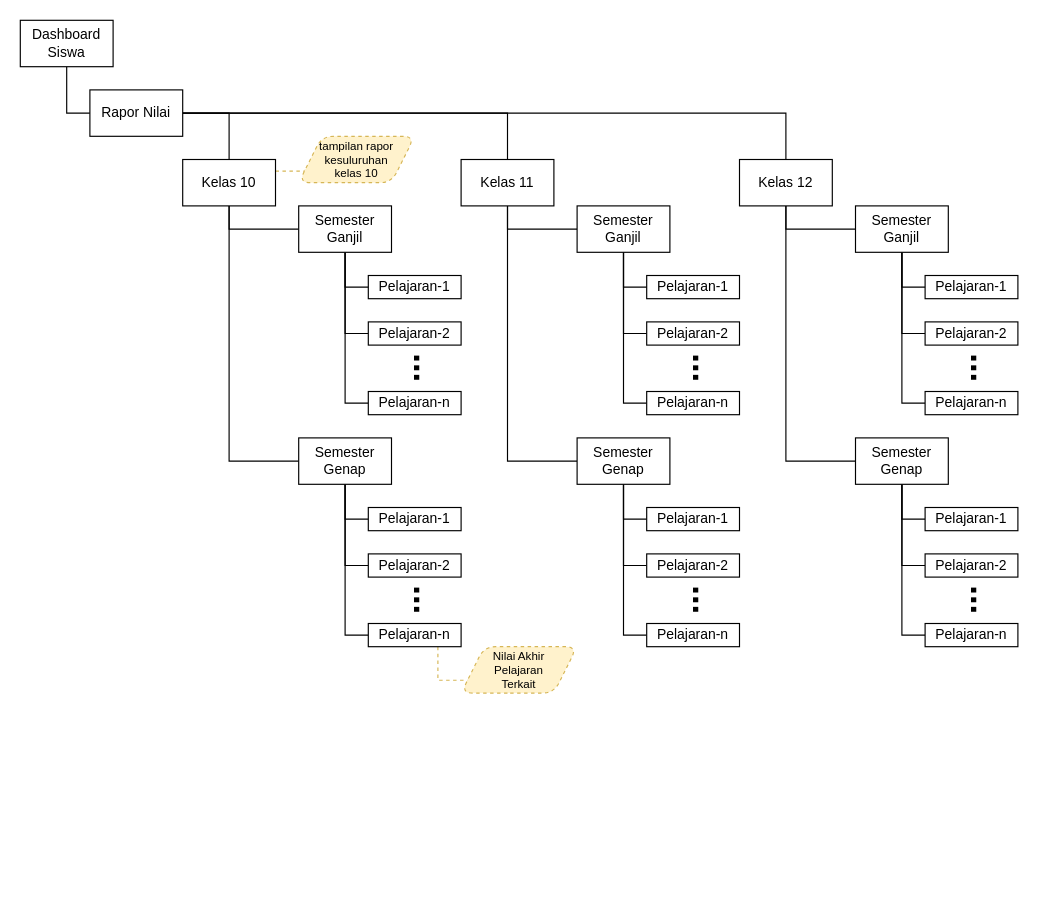
The draw.io diagram page "DashboardSiswa" (2 of 5) of docs/HirarkiTampilan.drawio in wowotek/PBP-Dosen-TR, before the edit. Source tidied: cells renumbered, new cells numbered last; positions are measured from the earlier drawing's top-left corner, leaving out a move shared by most shapes. Both pictures are drawn from the tidied source at 116%, with x=0, y=0 at pixel (20, 20).
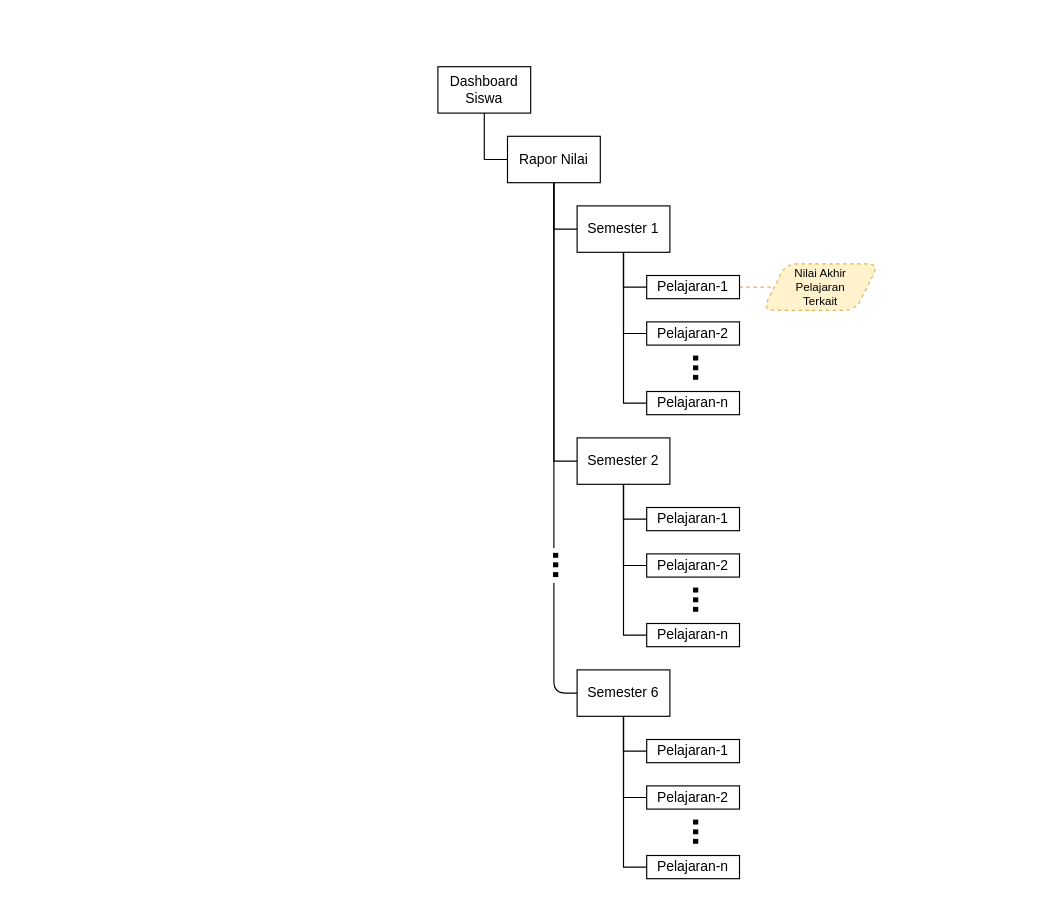
Above is the later version.

Unchanged cells that the change refers to:
```xml
<mxCell id="29" value="Pelajaran-1" style="rounded=0;whiteSpace=wrap;html=1;" parent="1" vertex="1">
  <mxGeometry x="540" y="220" width="80" height="20" as="geometry" />
</mxCell>
```

What changed in the source:
```diff
@@
     <mxCell id="3" value="Dashboard&lt;br&gt;Siswa" style="rounded=0;whiteSpace=wrap;html=1;" parent="1" vertex="1">
-      <mxGeometry width="80" height="40" as="geometry" />
+      <mxGeometry x="360" y="40" width="80" height="40" as="geometry" />
     </mxCell>
-    <mxCell id="4" style="edgeStyle=orthogonalEdgeStyle;rounded=0;jettySize=auto;html=1;exitX=1;exitY=0.5;exitDx=0;exitDy=0;entryX=0.5;entryY=0;entryDx=0;entryDy=0;endArrow=none;endFill=0;strokeWidth=1;fontSize=30;" parent="1" edge="1" source="7" target="12">
-      <mxGeometry relative="1" as="geometry" />
-    </mxCell>
-    <mxCell id="5" style="edgeStyle=orthogonalEdgeStyle;rounded=0;jettySize=auto;html=1;exitX=1;exitY=0.5;exitDx=0;exitDy=0;entryX=0.5;entryY=0;entryDx=0;entryDy=0;endArrow=none;endFill=0;strokeWidth=1;fontSize=30;" parent="1" edge="1" source="7" target="32">
-      <mxGeometry relative="1" as="geometry" />
-    </mxCell>
-    <mxCell id="6" style="edgeStyle=orthogonalEdgeStyle;rounded=0;jettySize=auto;html=1;exitX=1;exitY=0.5;exitDx=0;exitDy=0;entryX=0.5;entryY=0;entryDx=0;entryDy=0;endArrow=none;endFill=0;strokeWidth=1;fontSize=30;" parent="1" edge="1" source="7" target="51">
-      <mxGeometry relative="1" as="geometry" />
-    </mxCell>
+    <mxCell id="69" style="edgeStyle=orthogonalEdgeStyle;rounded=0;jettySize=auto;html=1;exitX=0.5;exitY=1;exitDx=0;exitDy=0;entryX=0;entryY=0.5;entryDx=0;entryDy=0;endArrow=none;endFill=0;" parent="1" edge="1" source="7" target="36">
+      <mxGeometry relative="1" as="geometry" />
+    </mxCell>
+    <mxCell id="70" style="edgeStyle=orthogonalEdgeStyle;rounded=0;jettySize=auto;html=1;exitX=0.5;exitY=1;exitDx=0;exitDy=0;entryX=0;entryY=0.5;entryDx=0;entryDy=0;endArrow=none;endFill=0;" parent="1" edge="1" source="7" target="43">
+      <mxGeometry relative="1" as="geometry" />
+    </mxCell>
+    <mxCell id="71" style="edgeStyle=orthogonalEdgeStyle;rounded=0;jettySize=auto;html=1;exitX=0.5;exitY=1;exitDx=0;exitDy=0;endArrow=none;endFill=0;" parent="1" edge="1" source="7">
+      <mxGeometry relative="1" as="geometry">
+        <mxPoint x="460" y="455" as="targetPoint" />
+      </mxGeometry>
+    </mxCell>
     <mxCell id="7" value="Rapor Nilai" style="rounded=0;whiteSpace=wrap;html=1;" parent="1" vertex="1">
-      <mxGeometry x="60" y="60" width="80" height="40" as="geometry" />
+      <mxGeometry x="420" y="100" width="80" height="40" as="geometry" />
     </mxCell>
-    <mxCell id="8" value="Pelajaran-1" style="rounded=0;whiteSpace=wrap;html=1;" parent="1" vertex="1">
-      <mxGeometry x="300" y="220" width="80" height="20" as="geometry" />
-    </mxCell>
-    <mxCell id="9" style="edgeStyle=orthogonalEdgeStyle;rounded=0;jettySize=auto;html=1;exitX=0.5;exitY=1;exitDx=0;exitDy=0;entryX=0;entryY=0.5;entryDx=0;entryDy=0;endArrow=none;endFill=0;strokeWidth=1;fontSize=18;" parent="1" edge="1" source="12" target="16">
-      <mxGeometry relative="1" as="geometry" />
-    </mxCell>
-    <mxCell id="10" style="edgeStyle=orthogonalEdgeStyle;rounded=0;jettySize=auto;html=1;exitX=0.5;exitY=1;exitDx=0;exitDy=0;entryX=0;entryY=0.5;entryDx=0;entryDy=0;endArrow=none;endFill=0;strokeWidth=1;fontSize=30;" parent="1" edge="1" source="12" target="23">
-      <mxGeometry relative="1" as="geometry" />
-    </mxCell>
-    <mxCell id="11" style="edgeStyle=orthogonalEdgeStyle;rounded=0;jettySize=auto;html=1;exitX=1;exitY=0.25;exitDx=0;exitDy=0;entryX=0;entryY=0.75;entryDx=0;entryDy=0;endArrow=none;endFill=0;strokeWidth=1;fontSize=10;dashed=1;fillColor=#fff2cc;strokeColor=#d6b656;" parent="1" edge="1" source="12" target="67">
-      <mxGeometry relative="1" as="geometry" />
-    </mxCell>
-    <mxCell id="12" value="Kelas 10" style="rounded=0;whiteSpace=wrap;html=1;" parent="1" vertex="1">
-      <mxGeometry x="140" y="120" width="80" height="40" as="geometry" />
-    </mxCell>
-    <mxCell id="13" style="edgeStyle=orthogonalEdgeStyle;rounded=0;jettySize=auto;html=1;exitX=0.5;exitY=1;exitDx=0;exitDy=0;entryX=0;entryY=0.5;entryDx=0;entryDy=0;endArrow=none;endFill=0;strokeWidth=1;fontSize=30;" parent="1" edge="1" source="16" target="8">
-      <mxGeometry relative="1" as="geometry">
-        <Array as="points">
-          <mxPoint x="280" y="230" />
-        </Array>
-      </mxGeometry>
-    </mxCell>
-    <mxCell id="14" style="edgeStyle=orthogonalEdgeStyle;rounded=0;jettySize=auto;html=1;exitX=0.5;exitY=1;exitDx=0;exitDy=0;entryX=0;entryY=0.5;entryDx=0;entryDy=0;endArrow=none;endFill=0;strokeWidth=1;fontSize=30;" parent="1" edge="1" source="16" target="18">
-      <mxGeometry relative="1" as="geometry" />
-    </mxCell>
-    <mxCell id="15" style="edgeStyle=orthogonalEdgeStyle;rounded=0;jettySize=auto;html=1;exitX=0.5;exitY=1;exitDx=0;exitDy=0;entryX=0;entryY=0.5;entryDx=0;entryDy=0;endArrow=none;endFill=0;strokeWidth=1;fontSize=30;" parent="1" edge="1" source="16" target="19">
-      <mxGeometry relative="1" as="geometry" />
-    </mxCell>
-    <mxCell id="16" value="Semester Ganjil" style="rounded=0;whiteSpace=wrap;html=1;" parent="1" vertex="1">
-      <mxGeometry x="240" y="160" width="80" height="40" as="geometry" />
-    </mxCell>
-    <mxCell id="17" value="..." style="text;html=1;strokeColor=none;fillColor=none;align=center;verticalAlign=bottom;whiteSpace=wrap;rounded=0;fontSize=30;horizontal=1;fontStyle=1;rotation=90;" parent="1" vertex="1">
-      <mxGeometry x="330" y="290" width="20" height="20" as="geometry" />
-    </mxCell>
-    <mxCell id="18" value="Pelajaran-2" style="rounded=0;whiteSpace=wrap;html=1;" parent="1" vertex="1">
-      <mxGeometry x="300" y="260" width="80" height="20" as="geometry" />
-    </mxCell>
-    <mxCell id="19" value="Pelajaran-n" style="rounded=0;whiteSpace=wrap;html=1;" parent="1" vertex="1">
-      <mxGeometry x="300" y="320" width="80" height="20" as="geometry" />
-    </mxCell>
-    <mxCell id="20" style="edgeStyle=orthogonalEdgeStyle;rounded=0;jettySize=auto;html=1;exitX=0.5;exitY=1;exitDx=0;exitDy=0;entryX=0;entryY=0.5;entryDx=0;entryDy=0;endArrow=none;endFill=0;strokeWidth=1;fontSize=30;" parent="1" edge="1" source="23" target="24">
-      <mxGeometry relative="1" as="geometry">
-        <Array as="points">
-          <mxPoint x="280" y="430" />
-        </Array>
-      </mxGeometry>
-    </mxCell>
-    <mxCell id="21" style="edgeStyle=orthogonalEdgeStyle;rounded=0;jettySize=auto;html=1;exitX=0.5;exitY=1;exitDx=0;exitDy=0;entryX=0;entryY=0.5;entryDx=0;entryDy=0;endArrow=none;endFill=0;strokeWidth=1;fontSize=30;" parent="1" edge="1" source="23" target="26">
-      <mxGeometry relative="1" as="geometry" />
-    </mxCell>
-    <mxCell id="22" style="edgeStyle=orthogonalEdgeStyle;rounded=0;jettySize=auto;html=1;exitX=0.5;exitY=1;exitDx=0;exitDy=0;entryX=0;entryY=0.5;entryDx=0;entryDy=0;endArrow=none;endFill=0;strokeWidth=1;fontSize=30;" parent="1" edge="1" source="23" target="28">
-      <mxGeometry relative="1" as="geometry" />
-    </mxCell>
-    <mxCell id="23" value="Semester Genap" style="rounded=0;whiteSpace=wrap;html=1;" parent="1" vertex="1">
-      <mxGeometry x="240" y="360" width="80" height="40" as="geometry" />
-    </mxCell>
-    <mxCell id="24" value="Pelajaran-1" style="rounded=0;whiteSpace=wrap;html=1;" parent="1" vertex="1">
-      <mxGeometry x="300" y="420" width="80" height="20" as="geometry" />
-    </mxCell>
-    <mxCell id="25" value="..." style="text;html=1;strokeColor=none;fillColor=none;align=center;verticalAlign=bottom;whiteSpace=wrap;rounded=0;fontSize=30;horizontal=1;fontStyle=1;rotation=90;" parent="1" vertex="1">
-      <mxGeometry x="330" y="490" width="20" height="20" as="geometry" />
-    </mxCell>
-    <mxCell id="26" value="Pelajaran-2" style="rounded=0;whiteSpace=wrap;html=1;" parent="1" vertex="1">
-      <mxGeometry x="300" y="460" width="80" height="20" as="geometry" />
-    </mxCell>
-    <mxCell id="27" style="edgeStyle=orthogonalEdgeStyle;rounded=0;jettySize=auto;html=1;exitX=0.75;exitY=1;exitDx=0;exitDy=0;entryX=0;entryY=0.75;entryDx=0;entryDy=0;dashed=1;endArrow=none;endFill=0;strokeWidth=1;fontSize=10;fillColor=#fff2cc;strokeColor=#d6b656;" parent="1" edge="1" source="28" target="68">
-      <mxGeometry relative="1" as="geometry">
-        <Array as="points">
-          <mxPoint x="360" y="569" />
-        </Array>
-      </mxGeometry>
-    </mxCell>
-    <mxCell id="28" value="Pelajaran-n" style="rounded=0;whiteSpace=wrap;html=1;" parent="1" vertex="1">
-      <mxGeometry x="300" y="520" width="80" height="20" as="geometry" />
-    </mxCell>
+    <mxCell id="72" style="edgeStyle=orthogonalEdgeStyle;rounded=0;jettySize=auto;html=1;exitX=1;exitY=0.5;exitDx=0;exitDy=0;entryX=0;entryY=0.5;entryDx=0;entryDy=0;endArrow=none;endFill=0;fillColor=#fff2cc;strokeColor=#d6b656;dashed=1;" parent="1" edge="1" source="29" target="68">
+      <mxGeometry relative="1" as="geometry" />
+    </mxCell>
@@
-    <mxCell id="30" style="edgeStyle=orthogonalEdgeStyle;rounded=0;jettySize=auto;html=1;exitX=0.5;exitY=1;exitDx=0;exitDy=0;entryX=0;entryY=0.5;entryDx=0;entryDy=0;endArrow=none;endFill=0;strokeWidth=1;fontSize=18;" parent="1" edge="1" source="32" target="36">
-      <mxGeometry relative="1" as="geometry" />
-    </mxCell>
-    <mxCell id="31" style="edgeStyle=orthogonalEdgeStyle;rounded=0;jettySize=auto;html=1;exitX=0.5;exitY=1;exitDx=0;exitDy=0;entryX=0;entryY=0.5;entryDx=0;entryDy=0;endArrow=none;endFill=0;strokeWidth=1;fontSize=30;" parent="1" edge="1" source="32" target="43">
-      <mxGeometry relative="1" as="geometry" />
-    </mxCell>
-    <mxCell id="32" value="Kelas 11" style="rounded=0;whiteSpace=wrap;html=1;" parent="1" vertex="1">
-      <mxGeometry x="380" y="120" width="80" height="40" as="geometry" />
-    </mxCell>
@@
-    <mxCell id="36" value="Semester Ganjil" style="rounded=0;whiteSpace=wrap;html=1;" parent="1" vertex="1">
+    <mxCell id="36" value="Semester 1" style="rounded=0;whiteSpace=wrap;html=1;" parent="1" vertex="1">
       <mxGeometry x="480" y="160" width="80" height="40" as="geometry" />
     </mxCell>
@@
-    <mxCell id="43" value="Semester Genap" style="rounded=0;whiteSpace=wrap;html=1;" parent="1" vertex="1">
+    <mxCell id="43" value="Semester 2" style="rounded=0;whiteSpace=wrap;html=1;" parent="1" vertex="1">
       <mxGeometry x="480" y="360" width="80" height="40" as="geometry" />
     </mxCell>
@@
     <mxCell id="48" value="Pelajaran-1" style="rounded=0;whiteSpace=wrap;html=1;" parent="1" vertex="1">
-      <mxGeometry x="780" y="220" width="80" height="20" as="geometry" />
+      <mxGeometry x="540" y="620" width="80" height="20" as="geometry" />
     </mxCell>
-    <mxCell id="49" style="edgeStyle=orthogonalEdgeStyle;rounded=0;jettySize=auto;html=1;exitX=0.5;exitY=1;exitDx=0;exitDy=0;entryX=0;entryY=0.5;entryDx=0;entryDy=0;endArrow=none;endFill=0;strokeWidth=1;fontSize=18;" parent="1" edge="1" source="51" target="55">
-      <mxGeometry relative="1" as="geometry" />
-    </mxCell>
-    <mxCell id="50" style="edgeStyle=orthogonalEdgeStyle;rounded=0;jettySize=auto;html=1;exitX=0.5;exitY=1;exitDx=0;exitDy=0;entryX=0;entryY=0.5;entryDx=0;entryDy=0;endArrow=none;endFill=0;strokeWidth=1;fontSize=30;" parent="1" edge="1" source="51" target="62">
-      <mxGeometry relative="1" as="geometry" />
-    </mxCell>
-    <mxCell id="51" value="Kelas 12" style="rounded=0;whiteSpace=wrap;html=1;" parent="1" vertex="1">
-      <mxGeometry x="620" y="120" width="80" height="40" as="geometry" />
-    </mxCell>
     <mxCell id="52" style="edgeStyle=orthogonalEdgeStyle;rounded=0;jettySize=auto;html=1;exitX=0.5;exitY=1;exitDx=0;exitDy=0;entryX=0;entryY=0.5;entryDx=0;entryDy=0;endArrow=none;endFill=0;strokeWidth=1;fontSize=30;" parent="1" edge="1" source="55" target="48">
       <mxGeometry relative="1" as="geometry">
         <Array as="points">
-          <mxPoint x="760" y="230" />
+          <mxPoint x="520" y="630" />
         </Array>
       </mxGeometry>
     </mxCell>
@@
-    <mxCell id="55" value="Semester Ganjil" style="rounded=0;whiteSpace=wrap;html=1;" parent="1" vertex="1">
-      <mxGeometry x="720" y="160" width="80" height="40" as="geometry" />
+    <mxCell id="55" value="Semester 6" style="rounded=0;whiteSpace=wrap;html=1;" parent="1" vertex="1">
+      <mxGeometry x="480" y="560" width="80" height="40" as="geometry" />
     </mxCell>
     <mxCell id="56" value="..." style="text;html=1;strokeColor=none;fillColor=none;align=center;verticalAlign=bottom;whiteSpace=wrap;rounded=0;fontSize=30;horizontal=1;fontStyle=1;rotation=90;" parent="1" vertex="1">
-      <mxGeometry x="810" y="290" width="20" height="20" as="geometry" />
+      <mxGeometry x="570" y="690" width="20" height="20" as="geometry" />
     </mxCell>
     <mxCell id="57" value="Pelajaran-2" style="rounded=0;whiteSpace=wrap;html=1;" parent="1" vertex="1">
-      <mxGeometry x="780" y="260" width="80" height="20" as="geometry" />
+      <mxGeometry x="540" y="660" width="80" height="20" as="geometry" />
     </mxCell>
     <mxCell id="58" value="Pelajaran-n" style="rounded=0;whiteSpace=wrap;html=1;" parent="1" vertex="1">
-      <mxGeometry x="780" y="320" width="80" height="20" as="geometry" />
+      <mxGeometry x="540" y="720" width="80" height="20" as="geometry" />
     </mxCell>
-    <mxCell id="59" style="edgeStyle=orthogonalEdgeStyle;rounded=0;jettySize=auto;html=1;exitX=0.5;exitY=1;exitDx=0;exitDy=0;entryX=0;entryY=0.5;entryDx=0;entryDy=0;endArrow=none;endFill=0;strokeWidth=1;fontSize=30;" parent="1" edge="1" source="62" target="63">
-      <mxGeometry relative="1" as="geometry">
-        <Array as="points">
-          <mxPoint x="760" y="430" />
-        </Array>
-      </mxGeometry>
-    </mxCell>
-    <mxCell id="60" style="edgeStyle=orthogonalEdgeStyle;rounded=0;jettySize=auto;html=1;exitX=0.5;exitY=1;exitDx=0;exitDy=0;entryX=0;entryY=0.5;entryDx=0;entryDy=0;endArrow=none;endFill=0;strokeWidth=1;fontSize=30;" parent="1" edge="1" source="62" target="65">
-      <mxGeometry relative="1" as="geometry" />
-    </mxCell>
-    <mxCell id="61" style="edgeStyle=orthogonalEdgeStyle;rounded=0;jettySize=auto;html=1;exitX=0.5;exitY=1;exitDx=0;exitDy=0;entryX=0;entryY=0.5;entryDx=0;entryDy=0;endArrow=none;endFill=0;strokeWidth=1;fontSize=30;" parent="1" edge="1" source="62" target="66">
-      <mxGeometry relative="1" as="geometry" />
-    </mxCell>
-    <mxCell id="62" value="Semester Genap" style="rounded=0;whiteSpace=wrap;html=1;" parent="1" vertex="1">
-      <mxGeometry x="720" y="360" width="80" height="40" as="geometry" />
-    </mxCell>
-    <mxCell id="63" value="Pelajaran-1" style="rounded=0;whiteSpace=wrap;html=1;" parent="1" vertex="1">
-      <mxGeometry x="780" y="420" width="80" height="20" as="geometry" />
-    </mxCell>
-    <mxCell id="64" value="..." style="text;html=1;strokeColor=none;fillColor=none;align=center;verticalAlign=bottom;whiteSpace=wrap;rounded=0;fontSize=30;horizontal=1;fontStyle=1;rotation=90;" parent="1" vertex="1">
-      <mxGeometry x="810" y="490" width="20" height="20" as="geometry" />
-    </mxCell>
-    <mxCell id="65" value="Pelajaran-2" style="rounded=0;whiteSpace=wrap;html=1;" parent="1" vertex="1">
-      <mxGeometry x="780" y="460" width="80" height="20" as="geometry" />
-    </mxCell>
-    <mxCell id="66" value="Pelajaran-n" style="rounded=0;whiteSpace=wrap;html=1;" parent="1" vertex="1">
-      <mxGeometry x="780" y="520" width="80" height="20" as="geometry" />
-    </mxCell>
-    <mxCell id="67" value="tampilan rapor kesuluruhan&lt;br&gt;kelas 10" style="shape=parallelogram;perimeter=parallelogramPerimeter;whiteSpace=wrap;html=1;rounded=1;strokeWidth=1;fillColor=#fff2cc;fontSize=10;align=center;verticalAlign=middle;strokeColor=#d6b656;dashed=1;" parent="1" vertex="1">
-      <mxGeometry x="240" y="100" width="100" height="40" as="geometry" />
-    </mxCell>
     <mxCell id="68" value="Nilai Akhir&lt;br&gt;Pelajaran&lt;br&gt;Terkait" style="shape=parallelogram;perimeter=parallelogramPerimeter;whiteSpace=wrap;html=1;rounded=1;strokeWidth=1;fillColor=#fff2cc;fontSize=10;align=center;verticalAlign=middle;strokeColor=#d6b656;dashed=1;" parent="1" vertex="1">
-      <mxGeometry x="380" y="540" width="100" height="40" as="geometry" />
+      <mxGeometry x="640" y="210" width="100" height="40" as="geometry" />
     </mxCell>
+    <mxCell id="73" value="..." style="text;html=1;strokeColor=none;fillColor=none;align=center;verticalAlign=bottom;whiteSpace=wrap;rounded=0;fontSize=30;horizontal=1;fontStyle=1;rotation=90;" parent="1" vertex="1">
+      <mxGeometry x="450" y="460" width="20" height="20" as="geometry" />
+    </mxCell>
+    <mxCell id="74" style="endArrow=none;html=1;exitX=0;exitY=0.5;exitDx=0;exitDy=0;" parent="1" edge="1" source="55">
+      <mxGeometry relative="1" as="geometry">
+        <mxPoint x="460" y="485" as="targetPoint" />
+        <Array as="points">
+          <mxPoint x="460" y="580" />
+        </Array>
+      </mxGeometry>
+    </mxCell>
```
